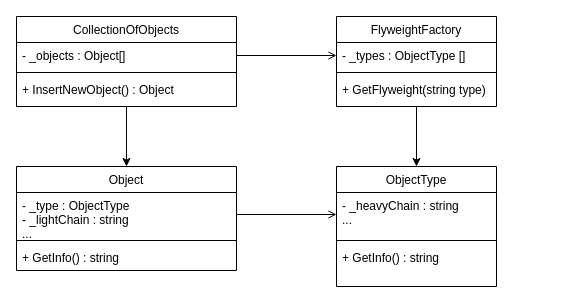
Above: img/FlyweightResumido.drawio in AlvaroCori/Arquitectura_Software_Laboratorio_4 (draw.io), before the change. Source tidied: cells renumbered, new cells numbered last; positions are measured from the earlier drawing's top-left corner, leaving out a move shared by most shapes. Both pictures are drawn from the tidied source at 100%, with x=0, y=0 at pixel (16, 16).
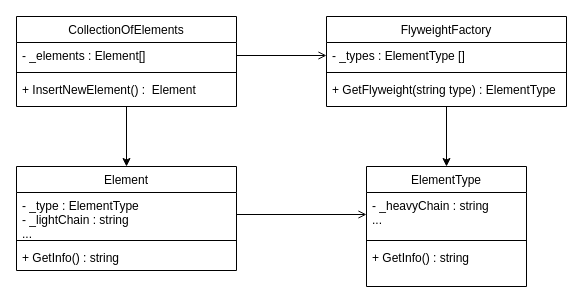
After the change.

Diff of the diagram source:
```diff
@@
     <mxCell id="3" value="FlyweightFactory" style="swimlane;fontStyle=0;align=center;verticalAlign=top;horizontal=1;startSize=26;rounded=0;shadow=0;strokeWidth=1;" parent="1" vertex="1">
-      <mxGeometry x="320" width="160" height="90" as="geometry" />
+      <mxGeometry x="310" width="240" height="90" as="geometry" />
     </mxCell>
-    <mxCell id="4" value="- _types : ObjectType []" style="text;align=left;verticalAlign=top;spacingLeft=4;spacingRight=4;overflow=hidden;points=[[0,0.5],[1,0.5]];portConstraint=eastwest;" parent="3" vertex="1">
-      <mxGeometry y="26" width="160" height="26" as="geometry" />
+    <mxCell id="4" value="- _types : ElementType []" style="text;align=left;verticalAlign=top;spacingLeft=4;spacingRight=4;overflow=hidden;points=[[0,0.5],[1,0.5]];portConstraint=eastwest;" parent="3" vertex="1">
+      <mxGeometry y="26" width="240" height="26" as="geometry" />
     </mxCell>
     <mxCell id="5" style="line;html=1;strokeWidth=1;align=left;verticalAlign=middle;spacingTop=-1;spacingLeft=3;spacingRight=3;labelPosition=right;" parent="3" vertex="1">
-      <mxGeometry y="52" width="160" height="8" as="geometry" />
+      <mxGeometry y="52" width="240" height="8" as="geometry" />
     </mxCell>
-    <mxCell id="6" value="+ GetFlyweight(string type)" style="text;align=left;verticalAlign=top;spacingLeft=4;spacingRight=4;overflow=hidden;" parent="3" vertex="1">
-      <mxGeometry y="60" width="160" height="26" as="geometry" />
+    <mxCell id="6" value="+ GetFlyweight(string type) : ElementType" style="text;align=left;verticalAlign=top;spacingLeft=4;spacingRight=4;overflow=hidden;" parent="3" vertex="1">
+      <mxGeometry y="60" width="240" height="26" as="geometry" />
     </mxCell>
-    <mxCell id="7" value="ObjectType" style="swimlane;fontStyle=0;align=center;verticalAlign=top;horizontal=1;startSize=26;rounded=0;shadow=0;strokeWidth=1;" parent="1" vertex="1">
-      <mxGeometry x="320" y="150" width="160" height="120" as="geometry" />
+    <mxCell id="7" value="ElementType" style="swimlane;fontStyle=0;align=center;verticalAlign=top;horizontal=1;startSize=26;rounded=0;shadow=0;strokeWidth=1;" parent="1" vertex="1">
+      <mxGeometry x="350" y="150" width="160" height="120" as="geometry" />
     </mxCell>
@@
-    <mxCell id="12" value="CollectionOfObjects" style="swimlane;fontStyle=0;align=center;verticalAlign=top;horizontal=1;startSize=26;rounded=0;shadow=0;strokeWidth=1;" parent="1" vertex="1">
+    <mxCell id="12" value="CollectionOfElements" style="swimlane;fontStyle=0;align=center;verticalAlign=top;horizontal=1;startSize=26;rounded=0;shadow=0;strokeWidth=1;" parent="1" vertex="1">
       <mxGeometry width="220" height="90" as="geometry" />
     </mxCell>
-    <mxCell id="13" value="- _objects : Object[]" style="text;align=left;verticalAlign=top;spacingLeft=4;spacingRight=4;overflow=hidden;points=[[0,0.5],[1,0.5]];portConstraint=eastwest;" parent="12" vertex="1">
+    <mxCell id="13" value="- _elements : Element[]" style="text;align=left;verticalAlign=top;spacingLeft=4;spacingRight=4;overflow=hidden;points=[[0,0.5],[1,0.5]];portConstraint=eastwest;" parent="12" vertex="1">
       <mxGeometry y="26" width="220" height="26" as="geometry" />
     </mxCell>
@@
-    <mxCell id="15" value="+ InsertNewObject() : Object" style="text;align=left;verticalAlign=top;spacingLeft=4;spacingRight=4;overflow=hidden;" parent="12" vertex="1">
+    <mxCell id="15" value="+ InsertNewElement() :  Element" style="text;align=left;verticalAlign=top;spacingLeft=4;spacingRight=4;overflow=hidden;" parent="12" vertex="1">
       <mxGeometry y="60" width="220" height="26" as="geometry" />
     </mxCell>
-    <mxCell id="16" value="Object" style="swimlane;fontStyle=0;align=center;verticalAlign=top;horizontal=1;startSize=26;rounded=0;shadow=0;strokeWidth=1;" parent="1" vertex="1">
+    <mxCell id="16" value="Element" style="swimlane;fontStyle=0;align=center;verticalAlign=top;horizontal=1;startSize=26;rounded=0;shadow=0;strokeWidth=1;" parent="1" vertex="1">
       <mxGeometry y="150" width="220" height="104" as="geometry" />
     </mxCell>
-    <mxCell id="17" value="- _type : ObjectType&#10;- _lightChain : string&#10;..." style="text;align=left;verticalAlign=top;spacingLeft=4;spacingRight=4;overflow=hidden;points=[[0,0.5],[1,0.5]];portConstraint=eastwest;" parent="16" vertex="1">
+    <mxCell id="17" value="- _type : ElementType&#10;- _lightChain : string&#10;..." style="text;align=left;verticalAlign=top;spacingLeft=4;spacingRight=4;overflow=hidden;points=[[0,0.5],[1,0.5]];portConstraint=eastwest;" parent="16" vertex="1">
       <mxGeometry y="26" width="220" height="44" as="geometry" />
     </mxCell>
```
